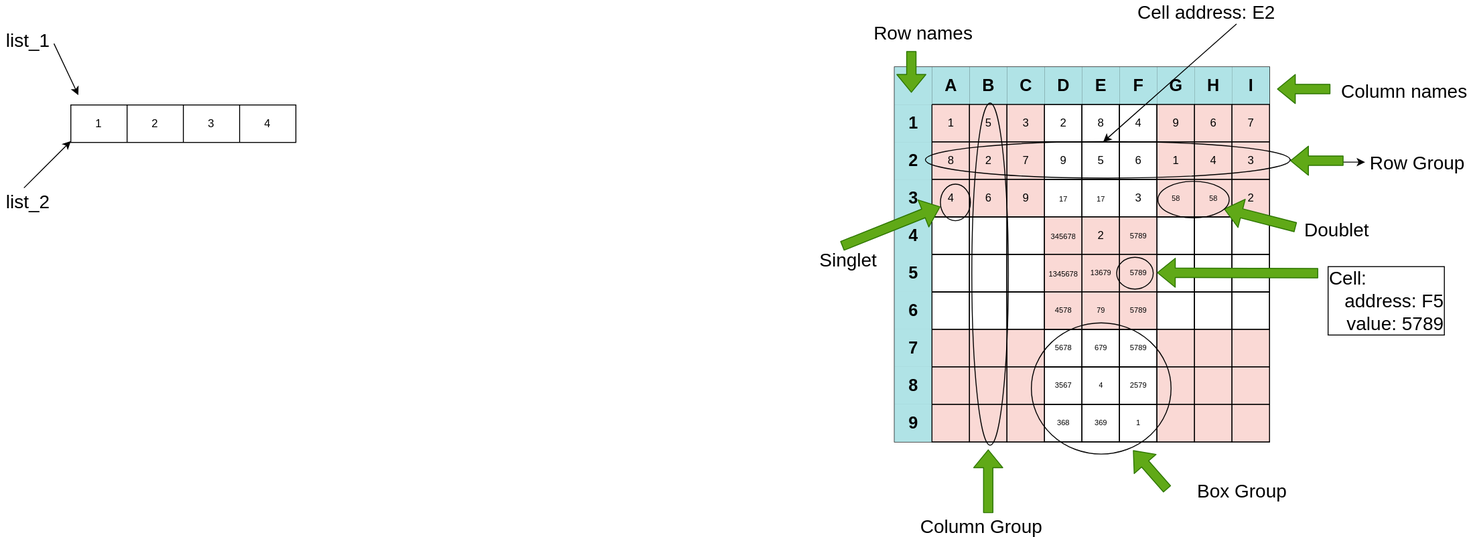
Earlier version of the draw.io export images/DataStructureDiagrams.svg (billwright/GridPuzzles). Source tidied: cells renumbered, new cells last; positions are measured from the earlier drawing's top-left corner, leaving out a move shared by most shapes.
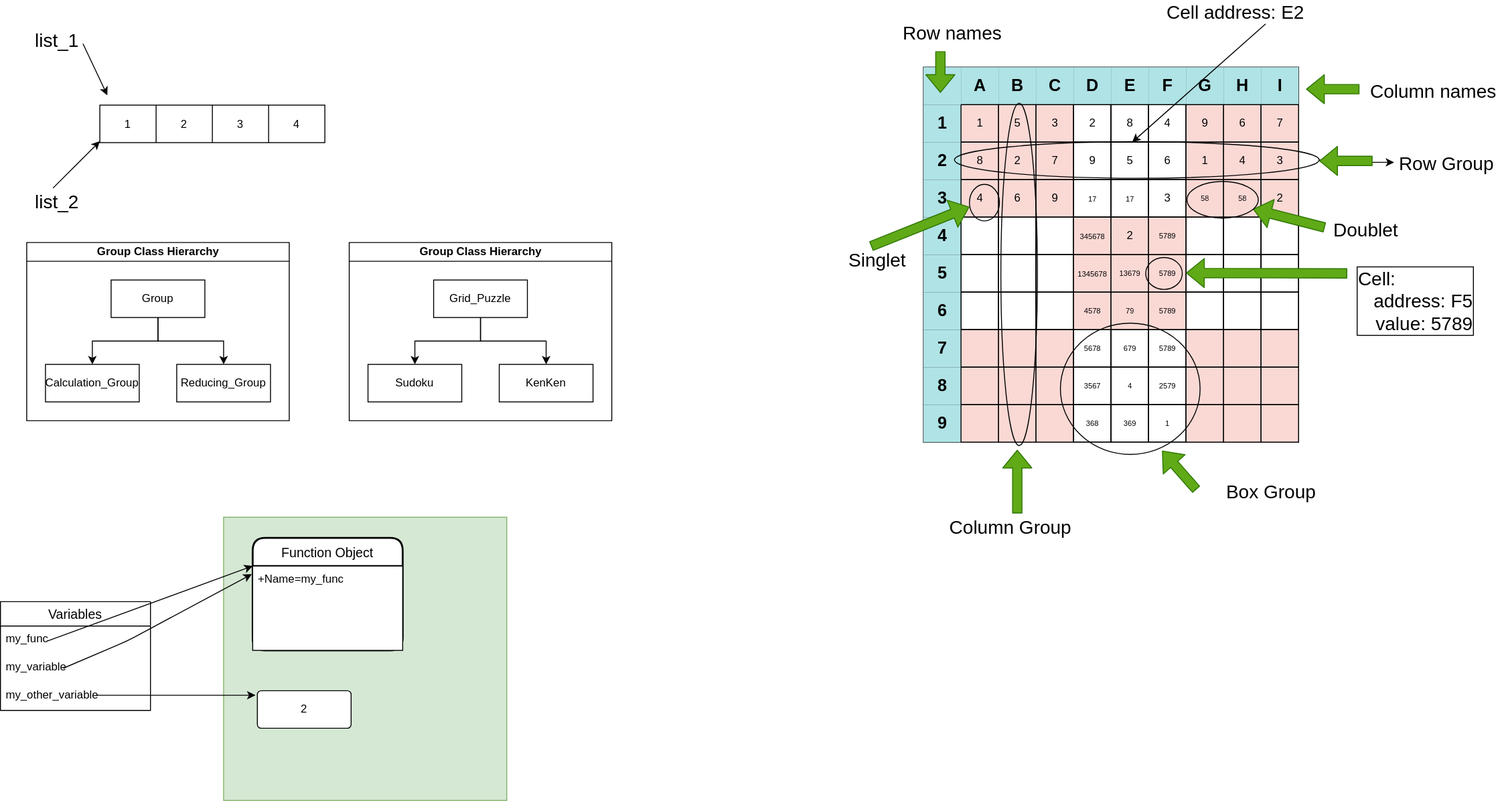
Above is the later version.

Commit message:
Added Memory and Variables view

Diff of the diagram source:
```diff
@@ -2,6 +2,9 @@
   <root>
     <mxCell id="0" style="html=1;" />
     <mxCell id="1" style="html=1;" parent="0" />
+    <mxCell id="148" style="whiteSpace=wrap;html=1;fillColor=#d5e8d4;strokeColor=#82b366;" parent="1" vertex="1">
+      <mxGeometry x="207" y="548" width="302" height="302" as="geometry" />
+    </mxCell>
     <mxCell id="2" style="shape=table;html=1;whiteSpace=wrap;startSize=0;rowLines=1;columnLines=1;" parent="1" vertex="1">
       <mxGeometry x="953.5" y="68" width="400" height="400" as="geometry" />
     </mxCell>
@@ -468,5 +471,75 @@
         <mxPoint x="83" y="98" as="targetPoint" />
       </mxGeometry>
     </mxCell>
+    <mxCell id="149" value="Group Class Hierarchy" style="swimlane;html=1;startSize=20;horizontal=1;horizontalTree=0;containerType=tree;" parent="1" vertex="1">
+      <mxGeometry x="-3" y="255" width="280" height="190" as="geometry" />
+    </mxCell>
+    <mxCell id="150" value="Group" style="whiteSpace=wrap;html=1;" parent="149" vertex="1">
+      <mxGeometry x="90" y="40" width="100" height="40" as="geometry" />
+    </mxCell>
+    <mxCell id="151" value="Calculation_Group" style="whiteSpace=wrap;html=1;" parent="149" vertex="1">
+      <mxGeometry x="20" y="130" width="100" height="40" as="geometry" />
+    </mxCell>
+    <mxCell id="152" style="edgeStyle=elbowEdgeStyle;elbow=vertical;html=1;rounded=0;" parent="149" edge="1" source="150" target="151">
+      <mxGeometry relative="1" as="geometry" />
+    </mxCell>
+    <mxCell id="153" value="Reducing_Group" style="whiteSpace=wrap;html=1;" parent="149" vertex="1">
+      <mxGeometry x="160" y="130" width="100" height="40" as="geometry" />
+    </mxCell>
+    <mxCell id="154" style="edgeStyle=elbowEdgeStyle;elbow=vertical;html=1;rounded=0;" parent="149" edge="1" source="150" target="153">
+      <mxGeometry relative="1" as="geometry" />
+    </mxCell>
+    <mxCell id="155" value="Group Class Hierarchy" style="swimlane;html=1;startSize=20;horizontal=1;horizontalTree=0;containerType=tree;" parent="1" vertex="1">
+      <mxGeometry x="341" y="255" width="280" height="190" as="geometry" />
+    </mxCell>
+    <mxCell id="156" value="Grid_Puzzle" style="whiteSpace=wrap;html=1;" parent="155" vertex="1">
+      <mxGeometry x="90" y="40" width="100" height="40" as="geometry" />
+    </mxCell>
+    <mxCell id="157" value="Sudoku" style="whiteSpace=wrap;html=1;" parent="155" vertex="1">
+      <mxGeometry x="20" y="130" width="100" height="40" as="geometry" />
+    </mxCell>
+    <mxCell id="158" style="edgeStyle=elbowEdgeStyle;elbow=vertical;html=1;rounded=0;" parent="155" edge="1" source="156" target="157">
+      <mxGeometry relative="1" as="geometry" />
+    </mxCell>
+    <mxCell id="159" value="KenKen" style="whiteSpace=wrap;html=1;" parent="155" vertex="1">
+      <mxGeometry x="160" y="130" width="100" height="40" as="geometry" />
+    </mxCell>
+    <mxCell id="160" style="edgeStyle=elbowEdgeStyle;elbow=vertical;html=1;rounded=0;" parent="155" edge="1" source="156" target="159">
+      <mxGeometry relative="1" as="geometry" />
+    </mxCell>
+    <mxCell id="161" value="Variables" style="swimlane;fontStyle=0;horizontal=1;startSize=26;align=center;fontSize=14;" parent="1" vertex="1">
+      <mxGeometry x="-31" y="638" width="160" height="116" as="geometry" />
+    </mxCell>
+    <mxCell id="162" value="my_func" style="text;strokeColor=none;fillColor=none;spacingLeft=4;spacingRight=4;overflow=hidden;points=[[0,0.5],[1,0.5]];portConstraint=eastwest;fontSize=12;" parent="161" vertex="1">
+      <mxGeometry y="26" width="160" height="30" as="geometry" />
+    </mxCell>
+    <mxCell id="163" value="my_variable" style="text;strokeColor=none;fillColor=none;spacingLeft=4;spacingRight=4;overflow=hidden;points=[[0,0.5],[1,0.5]];portConstraint=eastwest;fontSize=12;" parent="161" vertex="1">
+      <mxGeometry y="56" width="160" height="30" as="geometry" />
+    </mxCell>
+    <mxCell id="164" value="my_other_variable" style="text;strokeColor=none;fillColor=none;spacingLeft=4;spacingRight=4;overflow=hidden;points=[[0,0.5],[1,0.5]];portConstraint=eastwest;fontSize=12;" parent="161" vertex="1">
+      <mxGeometry y="86" width="160" height="30" as="geometry" />
+    </mxCell>
+    <mxCell id="165" value="Function Object" style="swimlane;horizontal=1;startSize=30;rounded=1;fontSize=14;fontStyle=0;strokeWidth=2;shadow=0;dashed=0;align=center;" parent="1" vertex="1">
+      <mxGeometry x="238" y="570" width="160" height="120" as="geometry" />
+    </mxCell>
+    <mxCell id="166" value="+Name=my_func" style="align=left;spacingLeft=4;fontSize=12;verticalAlign=top;" parent="165" vertex="1">
+      <mxGeometry y="30" width="160" height="90" as="geometry" />
+    </mxCell>
+    <mxCell id="167" value="2" style="rounded=1;arcSize=10;whiteSpace=wrap;html=1;align=center;" parent="1" vertex="1">
+      <mxGeometry x="243" y="733" width="100" height="40" as="geometry" />
+    </mxCell>
+    <mxCell id="168" style="endArrow=classic;html=1;entryX=0;entryY=0;entryDx=0;entryDy=0;exitX=0.313;exitY=0.533;exitDx=0;exitDy=0;exitPerimeter=0;" parent="1" edge="1" source="162" target="166">
+      <mxGeometry relative="1" as="geometry" />
+    </mxCell>
+    <mxCell id="169" style="endArrow=classic;html=1;entryX=-0.006;entryY=0.097;entryDx=0;entryDy=0;entryPerimeter=0;exitX=0.419;exitY=0.5;exitDx=0;exitDy=0;exitPerimeter=0;" parent="1" edge="1" source="163" target="166">
+      <mxGeometry relative="1" as="geometry">
+        <Array as="points">
+          <mxPoint x="104" y="680" />
+        </Array>
+      </mxGeometry>
+    </mxCell>
+    <mxCell id="170" style="endArrow=classic;html=1;entryX=-0.02;entryY=0.121;entryDx=0;entryDy=0;entryPerimeter=0;exitX=0.638;exitY=0.461;exitDx=0;exitDy=0;exitPerimeter=0;" parent="1" edge="1" source="164" target="167">
+      <mxGeometry relative="1" as="geometry" />
+    </mxCell>
   </root>
 </mxGraphModel>
```
